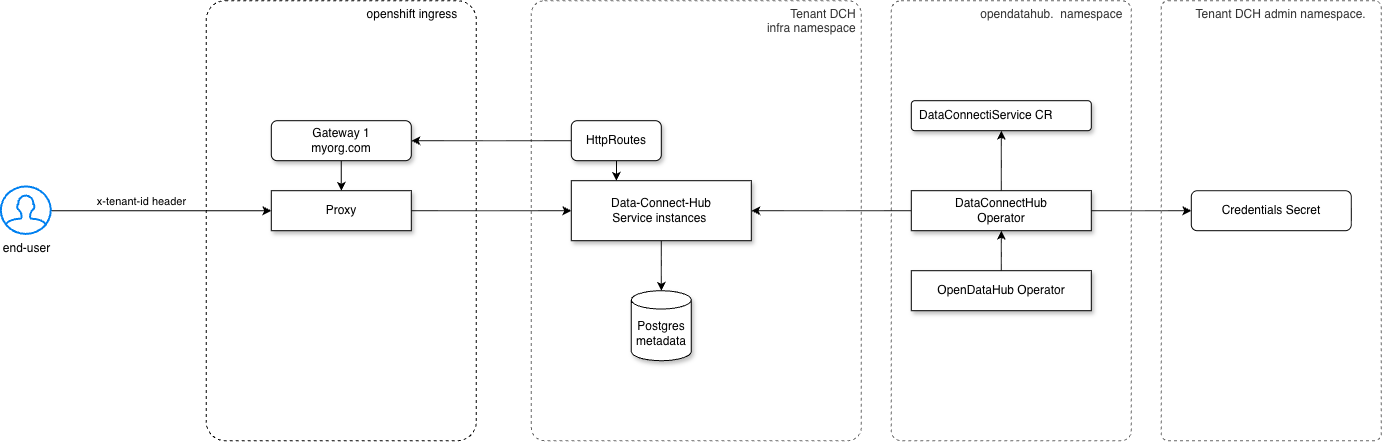
This is architecture-decision-records/data-connect-hub/images/ADR-0001-img4.png from opendatahub-io/architecture-decision-records, a draw.io export, as it was before one commit. Source tidied: cells renumbered, new cells last; positions are measured from the earlier drawing's top-left corner, leaving out a move shared by most shapes.
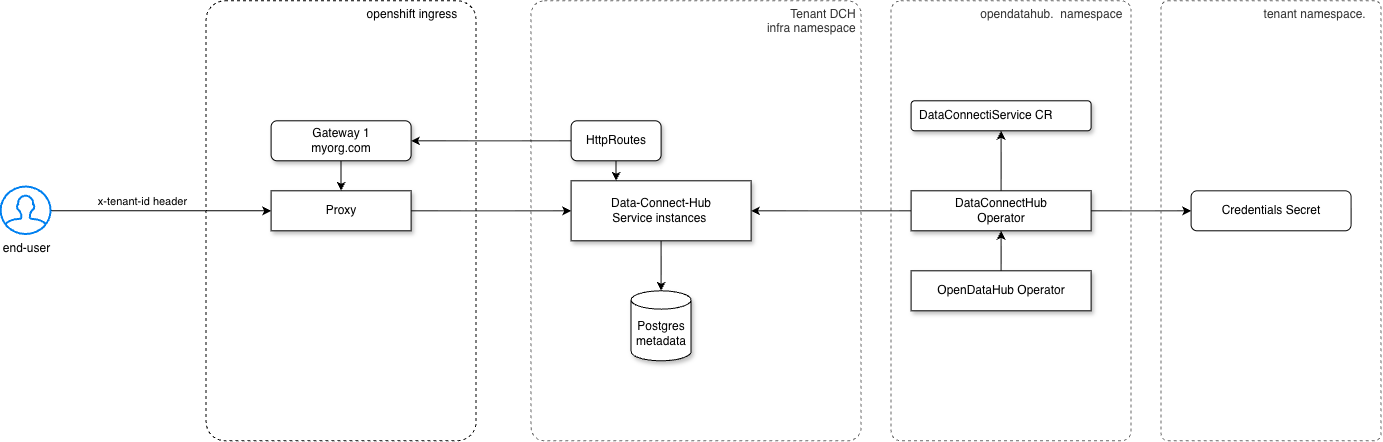
The same diagram one commit later.

What changed in the source:
```diff
@@ -82,7 +82,7 @@
     <mxCell id="24" value="DataConnectiService&amp;nbsp;&lt;span style=&quot;background-color: transparent; color: light-dark(rgb(0, 0, 0), rgb(255, 255, 255));&quot;&gt;CR&lt;/span&gt;" style="rounded=1;whiteSpace=wrap;html=1;glass=0;shadow=1;align=left;spacing=8;arcSize=12;" parent="1" vertex="1">
       <mxGeometry x="910" y="100" width="180" height="30" as="geometry" />
     </mxCell>
-    <mxCell id="25" value="Tenant DCH admin namespace.&amp;nbsp; &amp;nbsp;&amp;nbsp;" style="rounded=1;whiteSpace=wrap;html=1;verticalAlign=top;align=right;dashed=1;arcSize=3;fillColor=none;fontColor=#333333;strokeColor=#666666;strokeWidth=1;" parent="1" vertex="1">
+    <mxCell id="25" value="tenant namespace.&amp;nbsp; &amp;nbsp;&amp;nbsp;" style="rounded=1;whiteSpace=wrap;html=1;verticalAlign=top;align=right;dashed=1;arcSize=3;fillColor=none;fontColor=#333333;strokeColor=#666666;strokeWidth=1;" parent="1" vertex="1">
       <mxGeometry x="1160" width="220" height="440" as="geometry" />
     </mxCell>
     <mxCell id="26" value="Credentials Secret" style="rounded=1;whiteSpace=wrap;html=1;" parent="1" vertex="1">
```
